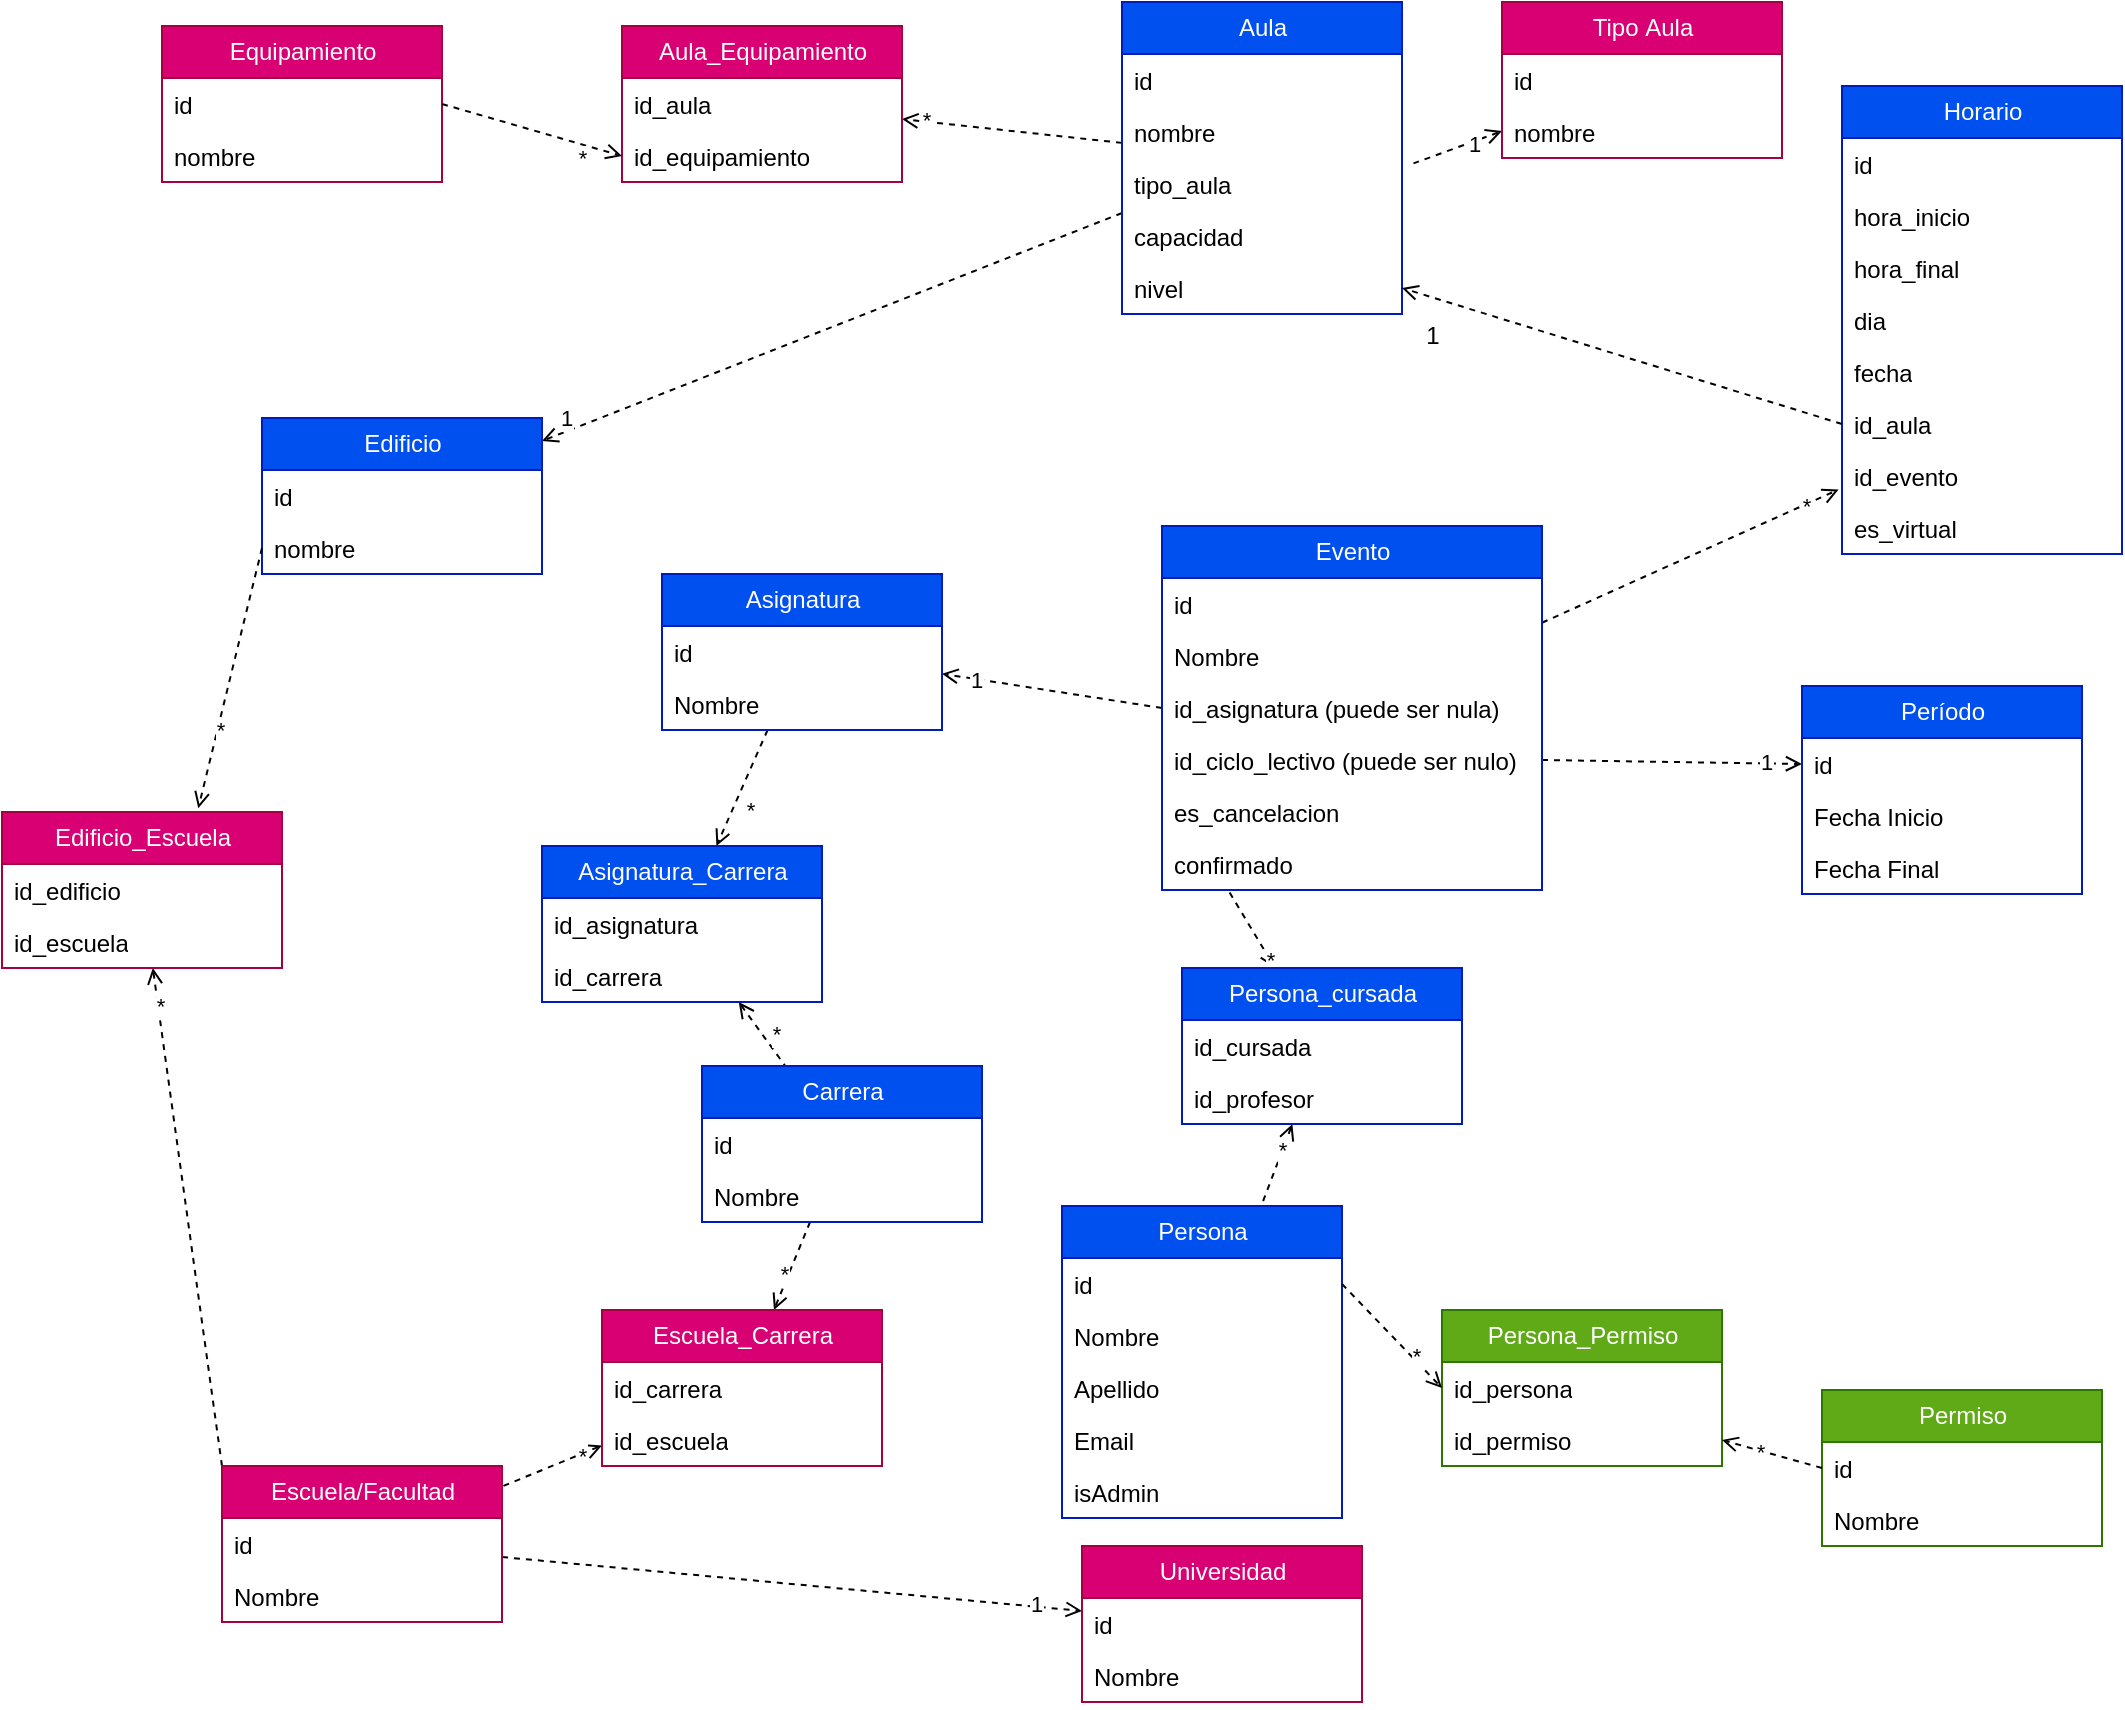
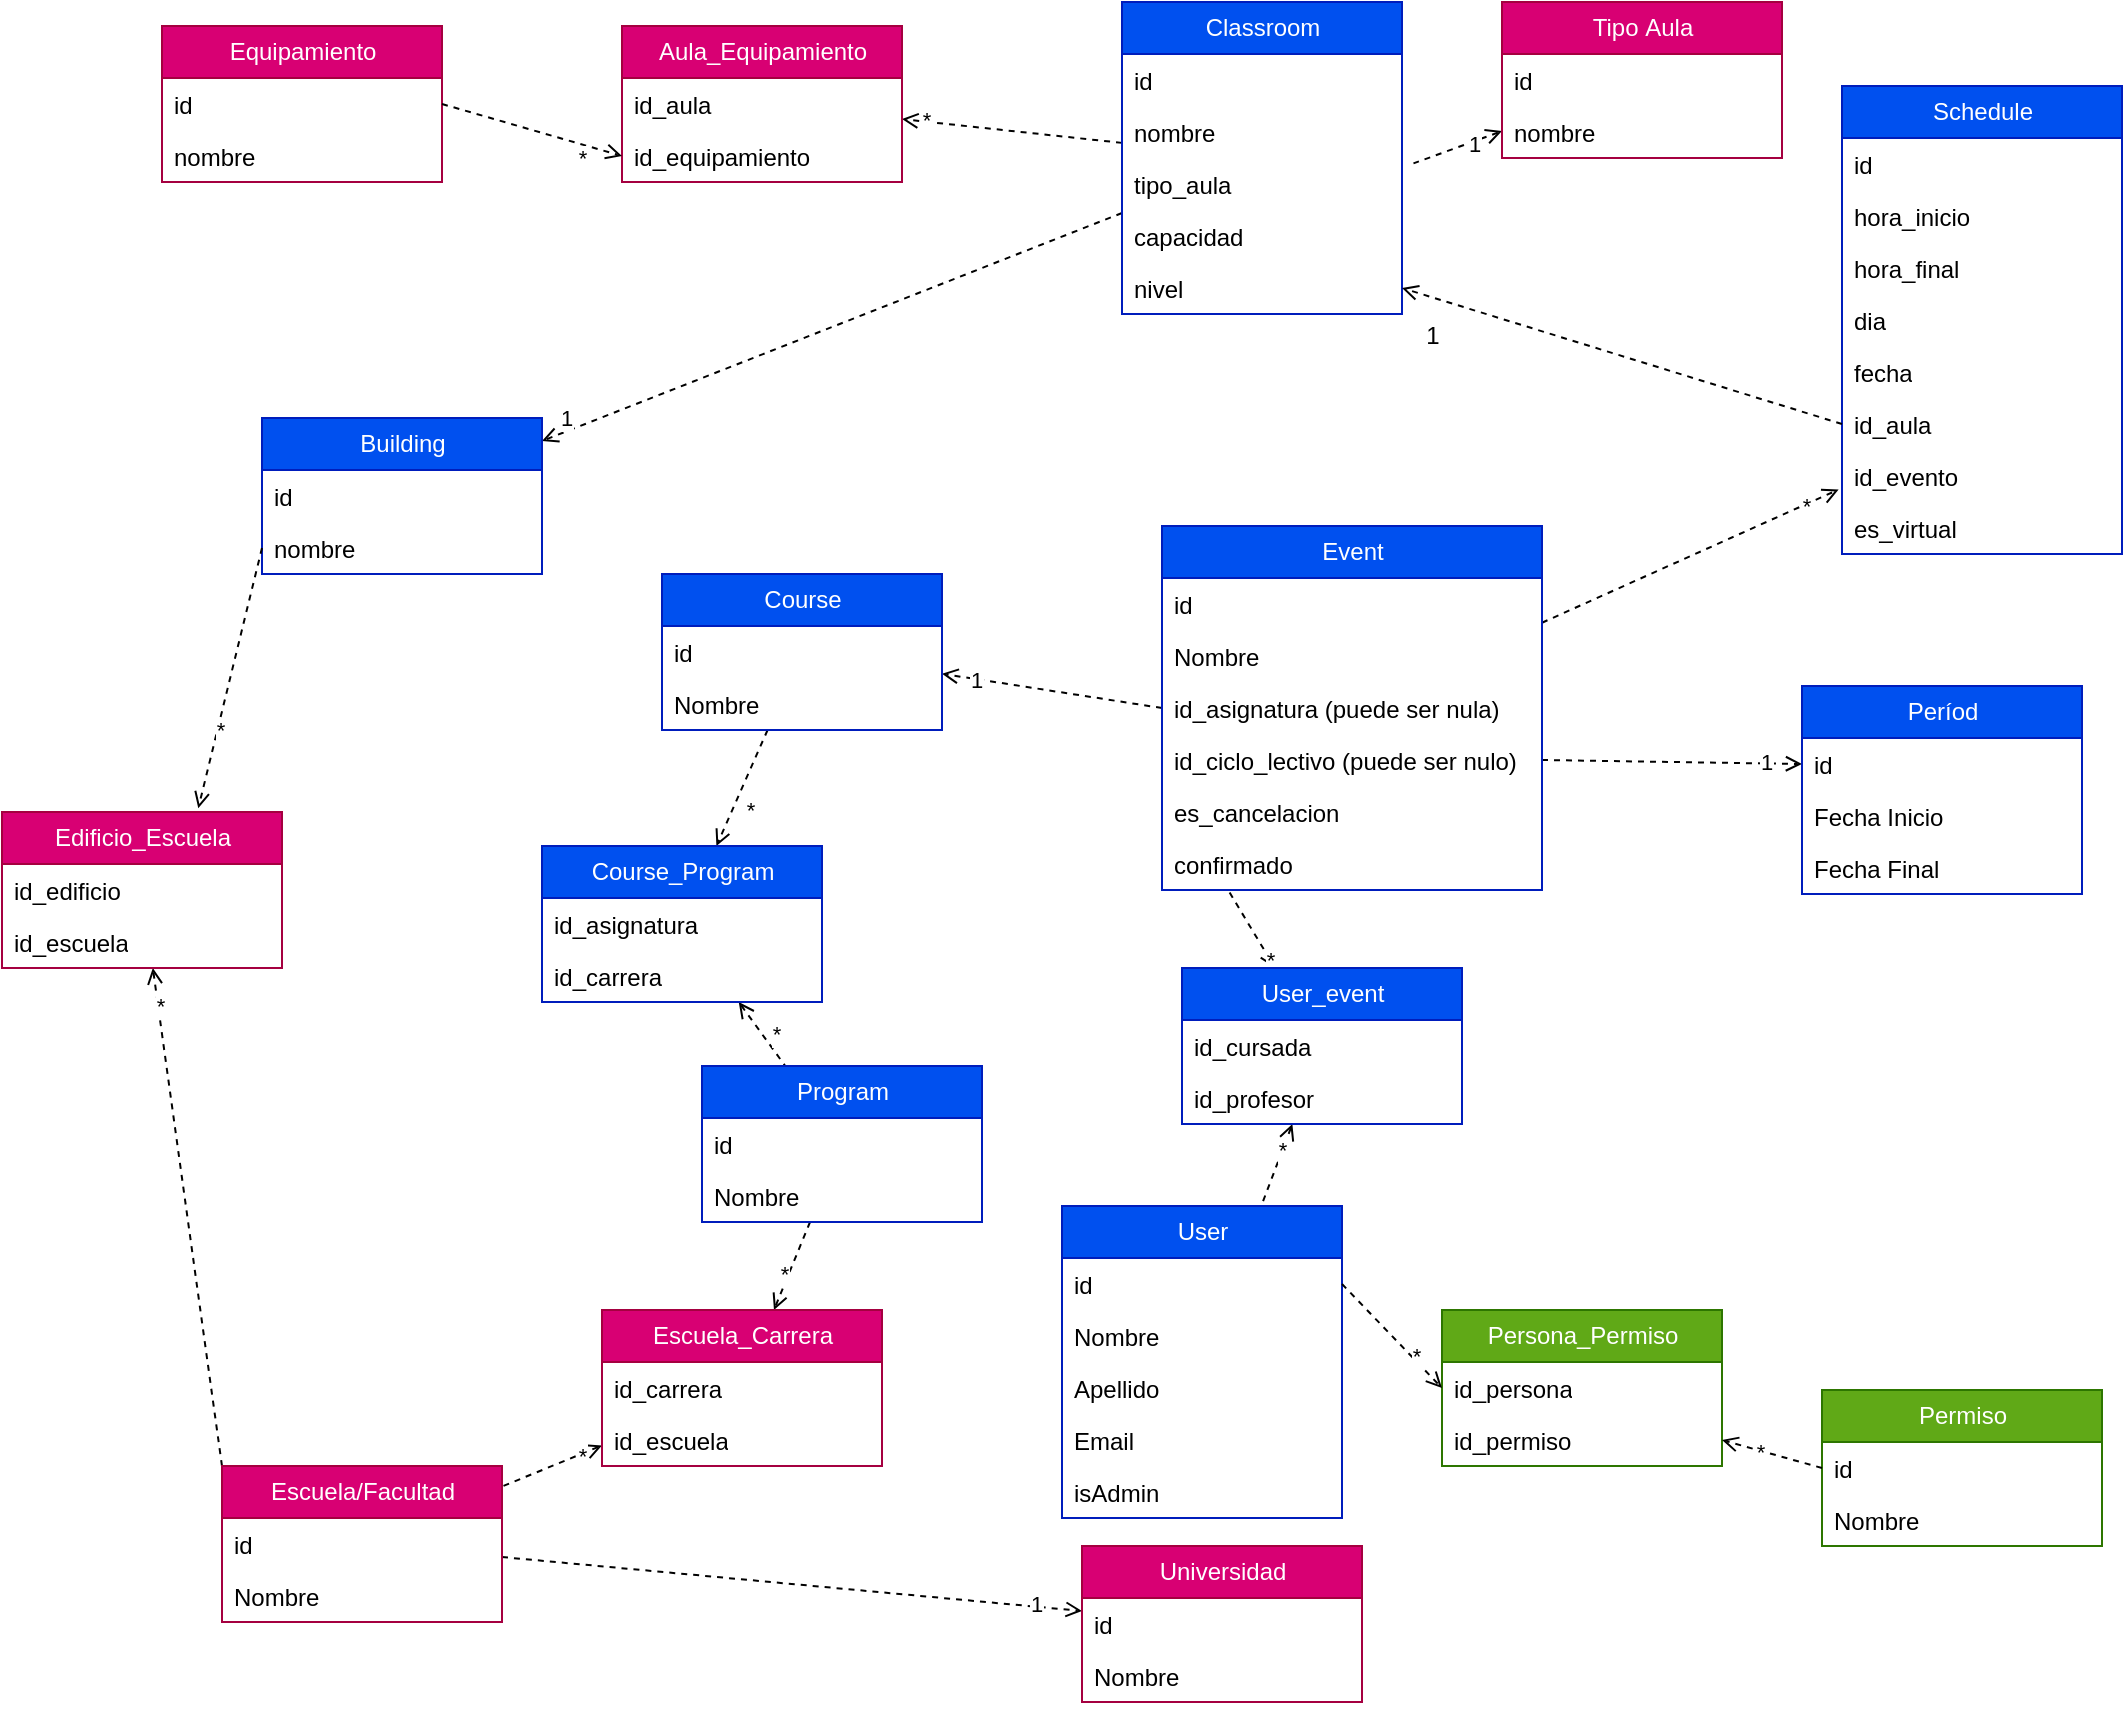
<mxfile host="65bd71144e">
    <diagram id="FC9ZTT8uPpO0bs4Ok23c" name="Page-1">
-         <mxGraphModel dx="2447" dy="1003" grid="1" gridSize="10" guides="1" tooltips="1" connect="1" arrows="1" fold="1" page="1" pageScale="1" pageWidth="850" pageHeight="1100" math="0" shadow="0">
+         <mxGraphModel dx="2005" dy="649" grid="1" gridSize="10" guides="1" tooltips="1" connect="1" arrows="1" fold="1" page="1" pageScale="1" pageWidth="850" pageHeight="1100" math="0" shadow="0">
            <root>
                <mxCell id="0"/>
                <mxCell id="1" parent="0"/>
                <mxCell id="9" value="" style="edgeStyle=none;html=1;dashed=1;endArrow=none;endFill=0;startArrow=open;startFill=0;entryX=1.041;entryY=0.104;entryDx=0;entryDy=0;entryPerimeter=0;" parent="1" source="2" target="17" edge="1">
                    <mxGeometry relative="1" as="geometry">
                        <mxPoint x="310" y="119" as="targetPoint"/>
                    </mxGeometry>
                </mxCell>
                <mxCell id="162" value="1" style="edgeLabel;html=1;align=center;verticalAlign=middle;resizable=0;points=[];" parent="9" vertex="1" connectable="0">
                    <mxGeometry x="-0.3308" y="1" relative="1" as="geometry">
                        <mxPoint as="offset"/>
                    </mxGeometry>
                </mxCell>
                <mxCell id="2" value="Tipo&amp;nbsp;Aula" style="swimlane;fontStyle=0;childLayout=stackLayout;horizontal=1;startSize=26;fillColor=#d80073;horizontalStack=0;resizeParent=1;resizeParentMax=0;resizeLast=0;collapsible=1;marginBottom=0;html=1;fontColor=#ffffff;strokeColor=#A50040;" parent="1" vertex="1">
                    <mxGeometry x="500" y="28" width="140" height="78" as="geometry"/>
                </mxCell>
                <mxCell id="4" value="id" style="text;strokeColor=none;fillColor=none;align=left;verticalAlign=top;spacingLeft=4;spacingRight=4;overflow=hidden;rotatable=0;points=[[0,0.5],[1,0.5]];portConstraint=eastwest;whiteSpace=wrap;html=1;" parent="2" vertex="1">
                    <mxGeometry y="26" width="140" height="26" as="geometry"/>
                </mxCell>
                <mxCell id="5" value="nombre" style="text;strokeColor=none;fillColor=none;align=left;verticalAlign=top;spacingLeft=4;spacingRight=4;overflow=hidden;rotatable=0;points=[[0,0.5],[1,0.5]];portConstraint=eastwest;whiteSpace=wrap;html=1;" parent="2" vertex="1">
                    <mxGeometry y="52" width="140" height="26" as="geometry"/>
                </mxCell>
                <mxCell id="30" value="" style="edgeStyle=none;html=1;dashed=1;startArrow=none;startFill=0;endArrow=open;endFill=0;exitX=0;exitY=0.5;exitDx=0;exitDy=0;" parent="1" source="82" target="25" edge="1">
                    <mxGeometry relative="1" as="geometry">
                        <mxPoint x="440" y="397.2812500000002" as="sourcePoint"/>
                    </mxGeometry>
                </mxCell>
                <mxCell id="164" value="1" style="edgeLabel;html=1;align=center;verticalAlign=middle;resizable=0;points=[];" parent="30" vertex="1" connectable="0">
                    <mxGeometry x="0.6998" relative="1" as="geometry">
                        <mxPoint as="offset"/>
                    </mxGeometry>
                </mxCell>
                <mxCell id="36" value="" style="edgeStyle=none;html=1;dashed=1;startArrow=none;startFill=0;endArrow=open;endFill=0;entryX=0;entryY=0.5;entryDx=0;entryDy=0;exitX=1;exitY=0.5;exitDx=0;exitDy=0;" parent="1" source="83" target="32" edge="1">
                    <mxGeometry relative="1" as="geometry">
                        <mxPoint x="580" y="422" as="sourcePoint"/>
                    </mxGeometry>
                </mxCell>
                <mxCell id="149" value="1" style="edgeLabel;html=1;align=center;verticalAlign=middle;resizable=0;points=[];" parent="36" vertex="1" connectable="0">
                    <mxGeometry x="0.7212" y="1" relative="1" as="geometry">
                        <mxPoint as="offset"/>
                    </mxGeometry>
                </mxCell>
                <mxCell id="69" value="" style="edgeStyle=none;html=1;dashed=1;startArrow=none;startFill=0;endArrow=open;endFill=0;exitX=0.178;exitY=1.049;exitDx=0;exitDy=0;exitPerimeter=0;" parent="1" source="172" target="65" edge="1">
                    <mxGeometry relative="1" as="geometry">
                        <mxPoint x="440" y="459.47058823529414" as="sourcePoint"/>
                    </mxGeometry>
                </mxCell>
                <mxCell id="163" value="*" style="edgeLabel;html=1;align=center;verticalAlign=middle;resizable=0;points=[];" parent="69" vertex="1" connectable="0">
                    <mxGeometry x="0.8002" relative="1" as="geometry">
                        <mxPoint as="offset"/>
                    </mxGeometry>
                </mxCell>
                <mxCell id="108" value="" style="edgeStyle=none;html=1;dashed=1;startArrow=none;startFill=0;endArrow=open;endFill=0;" parent="1" source="14" target="103" edge="1">
                    <mxGeometry relative="1" as="geometry"/>
                </mxCell>
                <mxCell id="139" value="1" style="edgeLabel;html=1;align=center;verticalAlign=middle;resizable=0;points=[];" parent="108" vertex="1" connectable="0">
                    <mxGeometry x="0.923" y="1" relative="1" as="geometry">
                        <mxPoint y="-8" as="offset"/>
                    </mxGeometry>
                </mxCell>
                <mxCell id="129" value="" style="edgeStyle=none;html=1;dashed=1;startArrow=none;startFill=0;endArrow=open;endFill=0;" parent="1" source="14" target="124" edge="1">
                    <mxGeometry relative="1" as="geometry"/>
                </mxCell>
                <mxCell id="138" value="*" style="edgeLabel;html=1;align=center;verticalAlign=middle;resizable=0;points=[];" parent="129" vertex="1" connectable="0">
                    <mxGeometry x="0.7859" y="-1" relative="1" as="geometry">
                        <mxPoint as="offset"/>
                    </mxGeometry>
                </mxCell>
-                 <mxCell id="14" value="Aula" style="swimlane;fontStyle=0;childLayout=stackLayout;horizontal=1;startSize=26;fillColor=#0050ef;horizontalStack=0;resizeParent=1;resizeParentMax=0;resizeLast=0;collapsible=1;marginBottom=0;html=1;fontColor=#ffffff;strokeColor=#001DBC;" parent="1" vertex="1">
+                 <mxCell id="14" value="Classroom" style="swimlane;fontStyle=0;childLayout=stackLayout;horizontal=1;startSize=26;fillColor=#0050ef;horizontalStack=0;resizeParent=1;resizeParentMax=0;resizeLast=0;collapsible=1;marginBottom=0;html=1;fontColor=#ffffff;strokeColor=#001DBC;" parent="1" vertex="1">
                    <mxGeometry x="310" y="28" width="140" height="156" as="geometry">
                        <mxRectangle x="350" y="340" width="60" height="30" as="alternateBounds"/>
                    </mxGeometry>
                </mxCell>
                <mxCell id="15" value="id" style="text;strokeColor=none;fillColor=none;align=left;verticalAlign=top;spacingLeft=4;spacingRight=4;overflow=hidden;rotatable=0;points=[[0,0.5],[1,0.5]];portConstraint=eastwest;whiteSpace=wrap;html=1;" parent="14" vertex="1">
                    <mxGeometry y="26" width="140" height="26" as="geometry"/>
                </mxCell>
                <mxCell id="16" value="nombre" style="text;strokeColor=none;fillColor=none;align=left;verticalAlign=top;spacingLeft=4;spacingRight=4;overflow=hidden;rotatable=0;points=[[0,0.5],[1,0.5]];portConstraint=eastwest;whiteSpace=wrap;html=1;" parent="14" vertex="1">
                    <mxGeometry y="52" width="140" height="26" as="geometry"/>
                </mxCell>
                <mxCell id="17" value="tipo_aula&lt;br&gt;&lt;br&gt;" style="text;strokeColor=none;fillColor=none;align=left;verticalAlign=top;spacingLeft=4;spacingRight=4;overflow=hidden;rotatable=0;points=[[0,0.5],[1,0.5]];portConstraint=eastwest;whiteSpace=wrap;html=1;" parent="14" vertex="1">
                    <mxGeometry y="78" width="140" height="26" as="geometry"/>
                </mxCell>
                <mxCell id="19" value="capacidad" style="text;strokeColor=none;fillColor=none;align=left;verticalAlign=top;spacingLeft=4;spacingRight=4;overflow=hidden;rotatable=0;points=[[0,0.5],[1,0.5]];portConstraint=eastwest;whiteSpace=wrap;html=1;" parent="14" vertex="1">
                    <mxGeometry y="104" width="140" height="26" as="geometry"/>
                </mxCell>
                <mxCell id="136" value="nivel" style="text;strokeColor=none;fillColor=none;align=left;verticalAlign=top;spacingLeft=4;spacingRight=4;overflow=hidden;rotatable=0;points=[[0,0.5],[1,0.5]];portConstraint=eastwest;whiteSpace=wrap;html=1;" parent="14" vertex="1">
                    <mxGeometry y="130" width="140" height="26" as="geometry"/>
                </mxCell>
                <mxCell id="60" value="" style="edgeStyle=none;html=1;dashed=1;startArrow=none;startFill=0;endArrow=open;endFill=0;" parent="1" source="25" target="57" edge="1">
                    <mxGeometry relative="1" as="geometry"/>
                </mxCell>
                <mxCell id="166" value="*" style="edgeLabel;html=1;align=center;verticalAlign=middle;resizable=0;points=[];" parent="60" vertex="1" connectable="0">
                    <mxGeometry x="0.5203" y="1" relative="1" as="geometry">
                        <mxPoint x="9" y="-5" as="offset"/>
                    </mxGeometry>
                </mxCell>
-                 <mxCell id="25" value="Asignatura" style="swimlane;fontStyle=0;childLayout=stackLayout;horizontal=1;startSize=26;fillColor=#0050ef;horizontalStack=0;resizeParent=1;resizeParentMax=0;resizeLast=0;collapsible=1;marginBottom=0;html=1;fontColor=#ffffff;strokeColor=#001DBC;" parent="1" vertex="1">
+                 <mxCell id="25" value="Course" style="swimlane;fontStyle=0;childLayout=stackLayout;horizontal=1;startSize=26;fillColor=#0050ef;horizontalStack=0;resizeParent=1;resizeParentMax=0;resizeLast=0;collapsible=1;marginBottom=0;html=1;fontColor=#ffffff;strokeColor=#001DBC;" parent="1" vertex="1">
                    <mxGeometry x="80" y="314" width="140" height="78" as="geometry"/>
                </mxCell>
                <mxCell id="26" value="id" style="text;strokeColor=none;fillColor=none;align=left;verticalAlign=top;spacingLeft=4;spacingRight=4;overflow=hidden;rotatable=0;points=[[0,0.5],[1,0.5]];portConstraint=eastwest;whiteSpace=wrap;html=1;" parent="25" vertex="1">
                    <mxGeometry y="26" width="140" height="26" as="geometry"/>
                </mxCell>
                <mxCell id="27" value="Nombre" style="text;strokeColor=none;fillColor=none;align=left;verticalAlign=top;spacingLeft=4;spacingRight=4;overflow=hidden;rotatable=0;points=[[0,0.5],[1,0.5]];portConstraint=eastwest;whiteSpace=wrap;html=1;" parent="25" vertex="1">
                    <mxGeometry y="52" width="140" height="26" as="geometry"/>
                </mxCell>
-                 <mxCell id="31" value="Período" style="swimlane;fontStyle=0;childLayout=stackLayout;horizontal=1;startSize=26;fillColor=#0050ef;horizontalStack=0;resizeParent=1;resizeParentMax=0;resizeLast=0;collapsible=1;marginBottom=0;html=1;fontColor=#ffffff;strokeColor=#001DBC;" parent="1" vertex="1">
+                 <mxCell id="31" value="Períod" style="swimlane;fontStyle=0;childLayout=stackLayout;horizontal=1;startSize=26;fillColor=#0050ef;horizontalStack=0;resizeParent=1;resizeParentMax=0;resizeLast=0;collapsible=1;marginBottom=0;html=1;fontColor=#ffffff;strokeColor=#001DBC;" parent="1" vertex="1">
                    <mxGeometry x="650" y="370" width="140" height="104" as="geometry"/>
                </mxCell>
                <mxCell id="32" value="id" style="text;strokeColor=none;fillColor=none;align=left;verticalAlign=top;spacingLeft=4;spacingRight=4;overflow=hidden;rotatable=0;points=[[0,0.5],[1,0.5]];portConstraint=eastwest;whiteSpace=wrap;html=1;" parent="31" vertex="1">
                    <mxGeometry y="26" width="140" height="26" as="geometry"/>
                </mxCell>
                <mxCell id="33" value="Fecha Inicio" style="text;strokeColor=none;fillColor=none;align=left;verticalAlign=top;spacingLeft=4;spacingRight=4;overflow=hidden;rotatable=0;points=[[0,0.5],[1,0.5]];portConstraint=eastwest;whiteSpace=wrap;html=1;" parent="31" vertex="1">
                    <mxGeometry y="52" width="140" height="26" as="geometry"/>
                </mxCell>
                <mxCell id="34" value="Fecha Final" style="text;strokeColor=none;fillColor=none;align=left;verticalAlign=top;spacingLeft=4;spacingRight=4;overflow=hidden;rotatable=0;points=[[0,0.5],[1,0.5]];portConstraint=eastwest;whiteSpace=wrap;html=1;" parent="31" vertex="1">
                    <mxGeometry y="78" width="140" height="26" as="geometry"/>
                </mxCell>
                <mxCell id="48" value="" style="edgeStyle=none;html=1;dashed=1;startArrow=none;startFill=0;endArrow=open;endFill=0;entryX=-0.012;entryY=0.761;entryDx=0;entryDy=0;entryPerimeter=0;" parent="1" source="37" target="171" edge="1">
                    <mxGeometry relative="1" as="geometry">
                        <mxPoint x="530" y="344.5999999999998" as="targetPoint"/>
                    </mxGeometry>
                </mxCell>
                <mxCell id="150" value="*" style="edgeLabel;html=1;align=center;verticalAlign=middle;resizable=0;points=[];" parent="48" vertex="1" connectable="0">
                    <mxGeometry x="0.77" relative="1" as="geometry">
                        <mxPoint as="offset"/>
                    </mxGeometry>
                </mxCell>
-                 <mxCell id="37" value="Evento" style="swimlane;fontStyle=0;childLayout=stackLayout;horizontal=1;startSize=26;fillColor=#0050ef;horizontalStack=0;resizeParent=1;resizeParentMax=0;resizeLast=0;collapsible=1;marginBottom=0;html=1;fontColor=#ffffff;strokeColor=#001DBC;" parent="1" vertex="1">
+                 <mxCell id="37" value="Event" style="swimlane;fontStyle=0;childLayout=stackLayout;horizontal=1;startSize=26;fillColor=#0050ef;horizontalStack=0;resizeParent=1;resizeParentMax=0;resizeLast=0;collapsible=1;marginBottom=0;html=1;fontColor=#ffffff;strokeColor=#001DBC;" parent="1" vertex="1">
                    <mxGeometry x="330" y="290" width="190" height="182" as="geometry"/>
                </mxCell>
                <mxCell id="38" value="id" style="text;strokeColor=none;fillColor=none;align=left;verticalAlign=top;spacingLeft=4;spacingRight=4;overflow=hidden;rotatable=0;points=[[0,0.5],[1,0.5]];portConstraint=eastwest;whiteSpace=wrap;html=1;" parent="37" vertex="1">
                    <mxGeometry y="26" width="190" height="26" as="geometry"/>
                </mxCell>
                <mxCell id="41" value="Nombre" style="text;strokeColor=none;fillColor=none;align=left;verticalAlign=top;spacingLeft=4;spacingRight=4;overflow=hidden;rotatable=0;points=[[0,0.5],[1,0.5]];portConstraint=eastwest;whiteSpace=wrap;html=1;" parent="37" vertex="1">
                    <mxGeometry y="52" width="190" height="26" as="geometry"/>
                </mxCell>
                <mxCell id="82" value="id_asignatura (puede ser nula)" style="text;strokeColor=none;fillColor=none;align=left;verticalAlign=top;spacingLeft=4;spacingRight=4;overflow=hidden;rotatable=0;points=[[0,0.5],[1,0.5]];portConstraint=eastwest;whiteSpace=wrap;html=1;" parent="37" vertex="1">
                    <mxGeometry y="78" width="190" height="26" as="geometry"/>
                </mxCell>
                <mxCell id="83" value="id_ciclo_lectivo (puede ser nulo)" style="text;strokeColor=none;fillColor=none;align=left;verticalAlign=top;spacingLeft=4;spacingRight=4;overflow=hidden;rotatable=0;points=[[0,0.5],[1,0.5]];portConstraint=eastwest;whiteSpace=wrap;html=1;" parent="37" vertex="1">
                    <mxGeometry y="104" width="190" height="26" as="geometry"/>
                </mxCell>
                <mxCell id="98" value="es_cancelacion" style="text;strokeColor=none;fillColor=none;align=left;verticalAlign=top;spacingLeft=4;spacingRight=4;overflow=hidden;rotatable=0;points=[[0,0.5],[1,0.5]];portConstraint=eastwest;whiteSpace=wrap;html=1;" parent="37" vertex="1">
                    <mxGeometry y="130" width="190" height="26" as="geometry"/>
                </mxCell>
                <mxCell id="172" value="confirmado" style="text;strokeColor=none;fillColor=none;align=left;verticalAlign=top;spacingLeft=4;spacingRight=4;overflow=hidden;rotatable=0;points=[[0,0.5],[1,0.5]];portConstraint=eastwest;whiteSpace=wrap;html=1;" parent="37" vertex="1">
                    <mxGeometry y="156" width="190" height="26" as="geometry"/>
                </mxCell>
-                 <mxCell id="49" value="Horario" style="swimlane;fontStyle=0;childLayout=stackLayout;horizontal=1;startSize=26;fillColor=#0050ef;horizontalStack=0;resizeParent=1;resizeParentMax=0;resizeLast=0;collapsible=1;marginBottom=0;html=1;fontColor=#ffffff;strokeColor=#001DBC;" parent="1" vertex="1">
+                 <mxCell id="49" value="Schedule" style="swimlane;fontStyle=0;childLayout=stackLayout;horizontal=1;startSize=26;fillColor=#0050ef;horizontalStack=0;resizeParent=1;resizeParentMax=0;resizeLast=0;collapsible=1;marginBottom=0;html=1;fontColor=#ffffff;strokeColor=#001DBC;" parent="1" vertex="1">
                    <mxGeometry x="670" y="70" width="140" height="234" as="geometry"/>
                </mxCell>
                <mxCell id="50" value="id" style="text;strokeColor=none;fillColor=none;align=left;verticalAlign=top;spacingLeft=4;spacingRight=4;overflow=hidden;rotatable=0;points=[[0,0.5],[1,0.5]];portConstraint=eastwest;whiteSpace=wrap;html=1;" parent="49" vertex="1">
                    <mxGeometry y="26" width="140" height="26" as="geometry"/>
                </mxCell>
                <mxCell id="51" value="hora_inicio" style="text;strokeColor=none;fillColor=none;align=left;verticalAlign=top;spacingLeft=4;spacingRight=4;overflow=hidden;rotatable=0;points=[[0,0.5],[1,0.5]];portConstraint=eastwest;whiteSpace=wrap;html=1;" parent="49" vertex="1">
                    <mxGeometry y="52" width="140" height="26" as="geometry"/>
                </mxCell>
                <mxCell id="53" value="hora_final" style="text;strokeColor=none;fillColor=none;align=left;verticalAlign=top;spacingLeft=4;spacingRight=4;overflow=hidden;rotatable=0;points=[[0,0.5],[1,0.5]];portConstraint=eastwest;whiteSpace=wrap;html=1;" parent="49" vertex="1">
                    <mxGeometry y="78" width="140" height="26" as="geometry"/>
                </mxCell>
                <mxCell id="54" value="dia" style="text;strokeColor=none;fillColor=none;align=left;verticalAlign=top;spacingLeft=4;spacingRight=4;overflow=hidden;rotatable=0;points=[[0,0.5],[1,0.5]];portConstraint=eastwest;whiteSpace=wrap;html=1;" parent="49" vertex="1">
                    <mxGeometry y="104" width="140" height="26" as="geometry"/>
                </mxCell>
                <mxCell id="167" value="fecha" style="text;strokeColor=none;fillColor=none;align=left;verticalAlign=top;spacingLeft=4;spacingRight=4;overflow=hidden;rotatable=0;points=[[0,0.5],[1,0.5]];portConstraint=eastwest;whiteSpace=wrap;html=1;" parent="49" vertex="1">
                    <mxGeometry y="130" width="140" height="26" as="geometry"/>
                </mxCell>
                <mxCell id="168" value="id_aula" style="text;strokeColor=none;fillColor=none;align=left;verticalAlign=top;spacingLeft=4;spacingRight=4;overflow=hidden;rotatable=0;points=[[0,0.5],[1,0.5]];portConstraint=eastwest;whiteSpace=wrap;html=1;" parent="49" vertex="1">
                    <mxGeometry y="156" width="140" height="26" as="geometry"/>
                </mxCell>
                <mxCell id="171" value="id_evento" style="text;strokeColor=none;fillColor=none;align=left;verticalAlign=top;spacingLeft=4;spacingRight=4;overflow=hidden;rotatable=0;points=[[0,0.5],[1,0.5]];portConstraint=eastwest;whiteSpace=wrap;html=1;" parent="49" vertex="1">
                    <mxGeometry y="182" width="140" height="26" as="geometry"/>
                </mxCell>
                <mxCell id="173" value="es_virtual" style="text;strokeColor=none;fillColor=none;align=left;verticalAlign=top;spacingLeft=4;spacingRight=4;overflow=hidden;rotatable=0;points=[[0,0.5],[1,0.5]];portConstraint=eastwest;whiteSpace=wrap;html=1;" parent="49" vertex="1">
                    <mxGeometry y="208" width="140" height="26" as="geometry"/>
                </mxCell>
                <mxCell id="64" value="" style="edgeStyle=none;html=1;dashed=1;startArrow=open;startFill=0;endArrow=none;endFill=0;" parent="1" source="57" target="61" edge="1">
                    <mxGeometry relative="1" as="geometry"/>
                </mxCell>
                <mxCell id="165" value="*" style="edgeLabel;html=1;align=center;verticalAlign=middle;resizable=0;points=[];" parent="64" vertex="1" connectable="0">
                    <mxGeometry x="-0.3441" relative="1" as="geometry">
                        <mxPoint x="11" y="5" as="offset"/>
                    </mxGeometry>
                </mxCell>
-                 <mxCell id="57" value="Asignatura_Carrera" style="swimlane;fontStyle=0;childLayout=stackLayout;horizontal=1;startSize=26;fillColor=#0050ef;horizontalStack=0;resizeParent=1;resizeParentMax=0;resizeLast=0;collapsible=1;marginBottom=0;html=1;fontColor=#ffffff;strokeColor=#001DBC;" parent="1" vertex="1">
+                 <mxCell id="57" value="Course_Program" style="swimlane;fontStyle=0;childLayout=stackLayout;horizontal=1;startSize=26;fillColor=#0050ef;horizontalStack=0;resizeParent=1;resizeParentMax=0;resizeLast=0;collapsible=1;marginBottom=0;html=1;fontColor=#ffffff;strokeColor=#001DBC;" parent="1" vertex="1">
                    <mxGeometry x="20" y="450" width="140" height="78" as="geometry"/>
                </mxCell>
                <mxCell id="58" value="id_asignatura" style="text;strokeColor=none;fillColor=none;align=left;verticalAlign=top;spacingLeft=4;spacingRight=4;overflow=hidden;rotatable=0;points=[[0,0.5],[1,0.5]];portConstraint=eastwest;whiteSpace=wrap;html=1;" parent="57" vertex="1">
                    <mxGeometry y="26" width="140" height="26" as="geometry"/>
                </mxCell>
                <mxCell id="59" value="id_carrera" style="text;strokeColor=none;fillColor=none;align=left;verticalAlign=top;spacingLeft=4;spacingRight=4;overflow=hidden;rotatable=0;points=[[0,0.5],[1,0.5]];portConstraint=eastwest;whiteSpace=wrap;html=1;" parent="57" vertex="1">
                    <mxGeometry y="52" width="140" height="26" as="geometry"/>
                </mxCell>
                <mxCell id="93" value="" style="edgeStyle=none;html=1;dashed=1;startArrow=none;startFill=0;endArrow=open;endFill=0;" parent="1" source="61" target="90" edge="1">
                    <mxGeometry relative="1" as="geometry"/>
                </mxCell>
                <mxCell id="143" value="*" style="edgeLabel;html=1;align=center;verticalAlign=middle;resizable=0;points=[];" parent="93" vertex="1" connectable="0">
                    <mxGeometry x="0.2302" y="-2" relative="1" as="geometry">
                        <mxPoint as="offset"/>
                    </mxGeometry>
                </mxCell>
-                 <mxCell id="61" value="Carrera" style="swimlane;fontStyle=0;childLayout=stackLayout;horizontal=1;startSize=26;fillColor=#0050ef;horizontalStack=0;resizeParent=1;resizeParentMax=0;resizeLast=0;collapsible=1;marginBottom=0;html=1;fontColor=#ffffff;strokeColor=#001DBC;" parent="1" vertex="1">
+                 <mxCell id="61" value="Program" style="swimlane;fontStyle=0;childLayout=stackLayout;horizontal=1;startSize=26;fillColor=#0050ef;horizontalStack=0;resizeParent=1;resizeParentMax=0;resizeLast=0;collapsible=1;marginBottom=0;html=1;fontColor=#ffffff;strokeColor=#001DBC;" parent="1" vertex="1">
                    <mxGeometry x="100" y="560" width="140" height="78" as="geometry"/>
                </mxCell>
                <mxCell id="62" value="id" style="text;strokeColor=none;fillColor=none;align=left;verticalAlign=top;spacingLeft=4;spacingRight=4;overflow=hidden;rotatable=0;points=[[0,0.5],[1,0.5]];portConstraint=eastwest;whiteSpace=wrap;html=1;" parent="61" vertex="1">
                    <mxGeometry y="26" width="140" height="26" as="geometry"/>
                </mxCell>
                <mxCell id="63" value="Nombre" style="text;strokeColor=none;fillColor=none;align=left;verticalAlign=top;spacingLeft=4;spacingRight=4;overflow=hidden;rotatable=0;points=[[0,0.5],[1,0.5]];portConstraint=eastwest;whiteSpace=wrap;html=1;" parent="61" vertex="1">
                    <mxGeometry y="52" width="140" height="26" as="geometry"/>
                </mxCell>
                <mxCell id="73" value="" style="edgeStyle=none;html=1;dashed=1;startArrow=open;startFill=0;endArrow=none;endFill=0;" parent="1" source="65" target="70" edge="1">
                    <mxGeometry relative="1" as="geometry"/>
                </mxCell>
                <mxCell id="147" value="*" style="edgeLabel;html=1;align=center;verticalAlign=middle;resizable=0;points=[];" parent="73" vertex="1" connectable="0">
                    <mxGeometry x="-0.371" relative="1" as="geometry">
                        <mxPoint as="offset"/>
                    </mxGeometry>
                </mxCell>
-                 <mxCell id="65" value="Persona_cursada" style="swimlane;fontStyle=0;childLayout=stackLayout;horizontal=1;startSize=26;fillColor=#0050ef;horizontalStack=0;resizeParent=1;resizeParentMax=0;resizeLast=0;collapsible=1;marginBottom=0;html=1;fontColor=#ffffff;strokeColor=#001DBC;" parent="1" vertex="1">
+                 <mxCell id="65" value="User_event" style="swimlane;fontStyle=0;childLayout=stackLayout;horizontal=1;startSize=26;fillColor=#0050ef;horizontalStack=0;resizeParent=1;resizeParentMax=0;resizeLast=0;collapsible=1;marginBottom=0;html=1;fontColor=#ffffff;strokeColor=#001DBC;" parent="1" vertex="1">
                    <mxGeometry x="340" y="511" width="140" height="78" as="geometry">
                        <mxRectangle x="540" y="320" width="90" height="30" as="alternateBounds"/>
                    </mxGeometry>
                </mxCell>
                <mxCell id="66" value="id_cursada" style="text;strokeColor=none;fillColor=none;align=left;verticalAlign=top;spacingLeft=4;spacingRight=4;overflow=hidden;rotatable=0;points=[[0,0.5],[1,0.5]];portConstraint=eastwest;whiteSpace=wrap;html=1;" parent="65" vertex="1">
                    <mxGeometry y="26" width="140" height="26" as="geometry"/>
                </mxCell>
                <mxCell id="67" value="id_profesor" style="text;strokeColor=none;fillColor=none;align=left;verticalAlign=top;spacingLeft=4;spacingRight=4;overflow=hidden;rotatable=0;points=[[0,0.5],[1,0.5]];portConstraint=eastwest;whiteSpace=wrap;html=1;" parent="65" vertex="1">
                    <mxGeometry y="52" width="140" height="26" as="geometry"/>
                </mxCell>
-                 <mxCell id="70" value="Persona" style="swimlane;fontStyle=0;childLayout=stackLayout;horizontal=1;startSize=26;fillColor=#0050ef;horizontalStack=0;resizeParent=1;resizeParentMax=0;resizeLast=0;collapsible=1;marginBottom=0;html=1;fontColor=#ffffff;strokeColor=#001DBC;" parent="1" vertex="1">
+                 <mxCell id="70" value="User" style="swimlane;fontStyle=0;childLayout=stackLayout;horizontal=1;startSize=26;fillColor=#0050ef;horizontalStack=0;resizeParent=1;resizeParentMax=0;resizeLast=0;collapsible=1;marginBottom=0;html=1;fontColor=#ffffff;strokeColor=#001DBC;" parent="1" vertex="1">
                    <mxGeometry x="280" y="630" width="140" height="156" as="geometry">
                        <mxRectangle x="540" y="320" width="90" height="30" as="alternateBounds"/>
                    </mxGeometry>
                </mxCell>
                <mxCell id="71" value="id" style="text;strokeColor=none;fillColor=none;align=left;verticalAlign=top;spacingLeft=4;spacingRight=4;overflow=hidden;rotatable=0;points=[[0,0.5],[1,0.5]];portConstraint=eastwest;whiteSpace=wrap;html=1;" parent="70" vertex="1">
                    <mxGeometry y="26" width="140" height="26" as="geometry"/>
                </mxCell>
                <mxCell id="72" value="Nombre" style="text;strokeColor=none;fillColor=none;align=left;verticalAlign=top;spacingLeft=4;spacingRight=4;overflow=hidden;rotatable=0;points=[[0,0.5],[1,0.5]];portConstraint=eastwest;whiteSpace=wrap;html=1;" parent="70" vertex="1">
                    <mxGeometry y="52" width="140" height="26" as="geometry"/>
                </mxCell>
                <mxCell id="74" value="Apellido" style="text;strokeColor=none;fillColor=none;align=left;verticalAlign=top;spacingLeft=4;spacingRight=4;overflow=hidden;rotatable=0;points=[[0,0.5],[1,0.5]];portConstraint=eastwest;whiteSpace=wrap;html=1;" parent="70" vertex="1">
                    <mxGeometry y="78" width="140" height="26" as="geometry"/>
                </mxCell>
                <mxCell id="75" value="Email" style="text;strokeColor=none;fillColor=none;align=left;verticalAlign=top;spacingLeft=4;spacingRight=4;overflow=hidden;rotatable=0;points=[[0,0.5],[1,0.5]];portConstraint=eastwest;whiteSpace=wrap;html=1;" parent="70" vertex="1">
                    <mxGeometry y="104" width="140" height="26" as="geometry"/>
                </mxCell>
-                 <mxCell id="174" value="isAdmin" style="text;strokeColor=none;fillColor=none;align=left;verticalAlign=top;spacingLeft=4;spacingRight=4;overflow=hidden;rotatable=0;points=[[0,0.5],[1,0.5]];portConstraint=eastwest;whiteSpace=wrap;html=1;" vertex="1" parent="70">
+                 <mxCell id="174" value="isAdmin" style="text;strokeColor=none;fillColor=none;align=left;verticalAlign=top;spacingLeft=4;spacingRight=4;overflow=hidden;rotatable=0;points=[[0,0.5],[1,0.5]];portConstraint=eastwest;whiteSpace=wrap;html=1;" parent="70" vertex="1">
                    <mxGeometry y="130" width="140" height="26" as="geometry"/>
                </mxCell>
                <mxCell id="76" value="Persona_Permiso" style="swimlane;fontStyle=0;childLayout=stackLayout;horizontal=1;startSize=26;fillColor=#60a917;horizontalStack=0;resizeParent=1;resizeParentMax=0;resizeLast=0;collapsible=1;marginBottom=0;html=1;fontColor=#ffffff;strokeColor=#2D7600;" parent="1" vertex="1">
                    <mxGeometry x="470" y="682" width="140" height="78" as="geometry">
                        <mxRectangle x="540" y="320" width="90" height="30" as="alternateBounds"/>
                    </mxGeometry>
                </mxCell>
                <mxCell id="77" value="id_persona" style="text;strokeColor=none;fillColor=none;align=left;verticalAlign=top;spacingLeft=4;spacingRight=4;overflow=hidden;rotatable=0;points=[[0,0.5],[1,0.5]];portConstraint=eastwest;whiteSpace=wrap;html=1;" parent="76" vertex="1">
                    <mxGeometry y="26" width="140" height="26" as="geometry"/>
                </mxCell>
                <mxCell id="78" value="id_permiso" style="text;strokeColor=none;fillColor=none;align=left;verticalAlign=top;spacingLeft=4;spacingRight=4;overflow=hidden;rotatable=0;points=[[0,0.5],[1,0.5]];portConstraint=eastwest;whiteSpace=wrap;html=1;" parent="76" vertex="1">
                    <mxGeometry y="52" width="140" height="26" as="geometry"/>
                </mxCell>
                <mxCell id="84" value="Permiso" style="swimlane;fontStyle=0;childLayout=stackLayout;horizontal=1;startSize=26;fillColor=#60a917;horizontalStack=0;resizeParent=1;resizeParentMax=0;resizeLast=0;collapsible=1;marginBottom=0;html=1;fontColor=#ffffff;strokeColor=#2D7600;" parent="1" vertex="1">
                    <mxGeometry x="660" y="722" width="140" height="78" as="geometry">
                        <mxRectangle x="540" y="320" width="90" height="30" as="alternateBounds"/>
                    </mxGeometry>
                </mxCell>
                <mxCell id="85" value="id" style="text;strokeColor=none;fillColor=none;align=left;verticalAlign=top;spacingLeft=4;spacingRight=4;overflow=hidden;rotatable=0;points=[[0,0.5],[1,0.5]];portConstraint=eastwest;whiteSpace=wrap;html=1;" parent="84" vertex="1">
                    <mxGeometry y="26" width="140" height="26" as="geometry"/>
                </mxCell>
                <mxCell id="86" value="Nombre" style="text;strokeColor=none;fillColor=none;align=left;verticalAlign=top;spacingLeft=4;spacingRight=4;overflow=hidden;rotatable=0;points=[[0,0.5],[1,0.5]];portConstraint=eastwest;whiteSpace=wrap;html=1;" parent="84" vertex="1">
                    <mxGeometry y="52" width="140" height="26" as="geometry"/>
                </mxCell>
                <mxCell id="87" style="edgeStyle=none;html=1;exitX=1;exitY=0.5;exitDx=0;exitDy=0;entryX=0;entryY=0.5;entryDx=0;entryDy=0;dashed=1;startArrow=none;startFill=0;endArrow=open;endFill=0;" parent="1" source="71" target="77" edge="1">
                    <mxGeometry relative="1" as="geometry"/>
                </mxCell>
                <mxCell id="145" value="*" style="edgeLabel;html=1;align=center;verticalAlign=middle;resizable=0;points=[];" parent="87" vertex="1" connectable="0">
                    <mxGeometry x="0.4246" y="2" relative="1" as="geometry">
                        <mxPoint as="offset"/>
                    </mxGeometry>
                </mxCell>
                <mxCell id="88" style="edgeStyle=none;html=1;exitX=0;exitY=0.5;exitDx=0;exitDy=0;dashed=1;startArrow=none;startFill=0;endArrow=open;endFill=0;entryX=1;entryY=0.5;entryDx=0;entryDy=0;" parent="1" source="85" target="78" edge="1">
                    <mxGeometry relative="1" as="geometry">
                        <mxPoint x="620" y="665" as="targetPoint"/>
                    </mxGeometry>
                </mxCell>
                <mxCell id="146" value="*" style="edgeLabel;html=1;align=center;verticalAlign=middle;resizable=0;points=[];" parent="88" vertex="1" connectable="0">
                    <mxGeometry x="0.2381" relative="1" as="geometry">
                        <mxPoint as="offset"/>
                    </mxGeometry>
                </mxCell>
                <mxCell id="97" value="" style="edgeStyle=none;html=1;dashed=1;startArrow=open;startFill=0;endArrow=none;endFill=0;" parent="1" source="90" target="94" edge="1">
                    <mxGeometry relative="1" as="geometry"/>
                </mxCell>
                <mxCell id="142" value="*" style="edgeLabel;html=1;align=center;verticalAlign=middle;resizable=0;points=[];" parent="97" vertex="1" connectable="0">
                    <mxGeometry x="-0.5583" y="1" relative="1" as="geometry">
                        <mxPoint as="offset"/>
                    </mxGeometry>
                </mxCell>
                <mxCell id="90" value="Escuela_Carrera" style="swimlane;fontStyle=0;childLayout=stackLayout;horizontal=1;startSize=26;fillColor=#d80073;horizontalStack=0;resizeParent=1;resizeParentMax=0;resizeLast=0;collapsible=1;marginBottom=0;html=1;fontColor=#ffffff;strokeColor=#A50040;" parent="1" vertex="1">
                    <mxGeometry x="50" y="682" width="140" height="78" as="geometry"/>
                </mxCell>
                <mxCell id="91" value="id_carrera" style="text;strokeColor=none;fillColor=none;align=left;verticalAlign=top;spacingLeft=4;spacingRight=4;overflow=hidden;rotatable=0;points=[[0,0.5],[1,0.5]];portConstraint=eastwest;whiteSpace=wrap;html=1;" parent="90" vertex="1">
                    <mxGeometry y="26" width="140" height="26" as="geometry"/>
                </mxCell>
                <mxCell id="92" value="id_escuela" style="text;strokeColor=none;fillColor=none;align=left;verticalAlign=top;spacingLeft=4;spacingRight=4;overflow=hidden;rotatable=0;points=[[0,0.5],[1,0.5]];portConstraint=eastwest;whiteSpace=wrap;html=1;" parent="90" vertex="1">
                    <mxGeometry y="52" width="140" height="26" as="geometry"/>
                </mxCell>
                <mxCell id="102" value="" style="edgeStyle=none;html=1;dashed=1;startArrow=none;startFill=0;endArrow=open;endFill=0;" parent="1" source="94" target="99" edge="1">
                    <mxGeometry relative="1" as="geometry"/>
                </mxCell>
                <mxCell id="144" value="1" style="edgeLabel;html=1;align=center;verticalAlign=middle;resizable=0;points=[];" parent="102" vertex="1" connectable="0">
                    <mxGeometry x="0.8409" y="2" relative="1" as="geometry">
                        <mxPoint as="offset"/>
                    </mxGeometry>
                </mxCell>
                <mxCell id="113" value="" style="edgeStyle=none;html=1;dashed=1;startArrow=none;startFill=0;endArrow=open;endFill=0;exitX=0;exitY=0;exitDx=0;exitDy=0;" parent="1" source="94" target="110" edge="1">
                    <mxGeometry relative="1" as="geometry"/>
                </mxCell>
                <mxCell id="141" value="*" style="edgeLabel;html=1;align=center;verticalAlign=middle;resizable=0;points=[];" parent="113" vertex="1" connectable="0">
                    <mxGeometry x="0.8456" y="-1" relative="1" as="geometry">
                        <mxPoint as="offset"/>
                    </mxGeometry>
                </mxCell>
                <mxCell id="94" value="Escuela/Facultad" style="swimlane;fontStyle=0;childLayout=stackLayout;horizontal=1;startSize=26;fillColor=#d80073;horizontalStack=0;resizeParent=1;resizeParentMax=0;resizeLast=0;collapsible=1;marginBottom=0;html=1;fontColor=#ffffff;strokeColor=#A50040;" parent="1" vertex="1">
                    <mxGeometry x="-140" y="760" width="140" height="78" as="geometry"/>
                </mxCell>
                <mxCell id="95" value="id" style="text;strokeColor=none;fillColor=none;align=left;verticalAlign=top;spacingLeft=4;spacingRight=4;overflow=hidden;rotatable=0;points=[[0,0.5],[1,0.5]];portConstraint=eastwest;whiteSpace=wrap;html=1;" parent="94" vertex="1">
                    <mxGeometry y="26" width="140" height="26" as="geometry"/>
                </mxCell>
                <mxCell id="96" value="Nombre" style="text;strokeColor=none;fillColor=none;align=left;verticalAlign=top;spacingLeft=4;spacingRight=4;overflow=hidden;rotatable=0;points=[[0,0.5],[1,0.5]];portConstraint=eastwest;whiteSpace=wrap;html=1;" parent="94" vertex="1">
                    <mxGeometry y="52" width="140" height="26" as="geometry"/>
                </mxCell>
                <mxCell id="99" value="Universidad" style="swimlane;fontStyle=0;childLayout=stackLayout;horizontal=1;startSize=26;fillColor=#d80073;horizontalStack=0;resizeParent=1;resizeParentMax=0;resizeLast=0;collapsible=1;marginBottom=0;html=1;fontColor=#ffffff;strokeColor=#A50040;" parent="1" vertex="1">
                    <mxGeometry x="290" y="800" width="140" height="78" as="geometry"/>
                </mxCell>
                <mxCell id="100" value="id" style="text;strokeColor=none;fillColor=none;align=left;verticalAlign=top;spacingLeft=4;spacingRight=4;overflow=hidden;rotatable=0;points=[[0,0.5],[1,0.5]];portConstraint=eastwest;whiteSpace=wrap;html=1;" parent="99" vertex="1">
                    <mxGeometry y="26" width="140" height="26" as="geometry"/>
                </mxCell>
                <mxCell id="101" value="Nombre" style="text;strokeColor=none;fillColor=none;align=left;verticalAlign=top;spacingLeft=4;spacingRight=4;overflow=hidden;rotatable=0;points=[[0,0.5],[1,0.5]];portConstraint=eastwest;whiteSpace=wrap;html=1;" parent="99" vertex="1">
                    <mxGeometry y="52" width="140" height="26" as="geometry"/>
                </mxCell>
-                 <mxCell id="103" value="Edificio" style="swimlane;fontStyle=0;childLayout=stackLayout;horizontal=1;startSize=26;fillColor=#0050ef;horizontalStack=0;resizeParent=1;resizeParentMax=0;resizeLast=0;collapsible=1;marginBottom=0;html=1;fontColor=#ffffff;strokeColor=#001DBC;" parent="1" vertex="1">
+                 <mxCell id="103" value="Building" style="swimlane;fontStyle=0;childLayout=stackLayout;horizontal=1;startSize=26;fillColor=#0050ef;horizontalStack=0;resizeParent=1;resizeParentMax=0;resizeLast=0;collapsible=1;marginBottom=0;html=1;fontColor=#ffffff;strokeColor=#001DBC;" parent="1" vertex="1">
                    <mxGeometry x="-120" y="236" width="140" height="78" as="geometry">
                        <mxRectangle x="350" y="340" width="60" height="30" as="alternateBounds"/>
                    </mxGeometry>
                </mxCell>
                <mxCell id="104" value="id" style="text;strokeColor=none;fillColor=none;align=left;verticalAlign=top;spacingLeft=4;spacingRight=4;overflow=hidden;rotatable=0;points=[[0,0.5],[1,0.5]];portConstraint=eastwest;whiteSpace=wrap;html=1;" parent="103" vertex="1">
                    <mxGeometry y="26" width="140" height="26" as="geometry"/>
                </mxCell>
                <mxCell id="105" value="nombre" style="text;strokeColor=none;fillColor=none;align=left;verticalAlign=top;spacingLeft=4;spacingRight=4;overflow=hidden;rotatable=0;points=[[0,0.5],[1,0.5]];portConstraint=eastwest;whiteSpace=wrap;html=1;" parent="103" vertex="1">
                    <mxGeometry y="52" width="140" height="26" as="geometry"/>
                </mxCell>
                <mxCell id="110" value="Edificio_Escuela" style="swimlane;fontStyle=0;childLayout=stackLayout;horizontal=1;startSize=26;fillColor=#d80073;horizontalStack=0;resizeParent=1;resizeParentMax=0;resizeLast=0;collapsible=1;marginBottom=0;html=1;fontColor=#ffffff;strokeColor=#A50040;" parent="1" vertex="1">
                    <mxGeometry x="-250" y="433" width="140" height="78" as="geometry"/>
                </mxCell>
                <mxCell id="111" value="id_edificio" style="text;strokeColor=none;fillColor=none;align=left;verticalAlign=top;spacingLeft=4;spacingRight=4;overflow=hidden;rotatable=0;points=[[0,0.5],[1,0.5]];portConstraint=eastwest;whiteSpace=wrap;html=1;" parent="110" vertex="1">
                    <mxGeometry y="26" width="140" height="26" as="geometry"/>
                </mxCell>
                <mxCell id="112" value="id_escuela" style="text;strokeColor=none;fillColor=none;align=left;verticalAlign=top;spacingLeft=4;spacingRight=4;overflow=hidden;rotatable=0;points=[[0,0.5],[1,0.5]];portConstraint=eastwest;whiteSpace=wrap;html=1;" parent="110" vertex="1">
                    <mxGeometry y="52" width="140" height="26" as="geometry"/>
                </mxCell>
                <mxCell id="114" style="edgeStyle=none;html=1;exitX=0;exitY=0.5;exitDx=0;exitDy=0;entryX=0.701;entryY=-0.024;entryDx=0;entryDy=0;entryPerimeter=0;dashed=1;startArrow=none;startFill=0;endArrow=open;endFill=0;" parent="1" source="105" target="110" edge="1">
                    <mxGeometry relative="1" as="geometry"/>
                </mxCell>
                <mxCell id="140" value="*" style="edgeLabel;html=1;align=center;verticalAlign=middle;resizable=0;points=[];" parent="114" vertex="1" connectable="0">
                    <mxGeometry x="0.3891" y="1" relative="1" as="geometry">
                        <mxPoint as="offset"/>
                    </mxGeometry>
                </mxCell>
                <mxCell id="124" value="Aula_Equipamiento" style="swimlane;fontStyle=0;childLayout=stackLayout;horizontal=1;startSize=26;fillColor=#d80073;horizontalStack=0;resizeParent=1;resizeParentMax=0;resizeLast=0;collapsible=1;marginBottom=0;html=1;fontColor=#ffffff;strokeColor=#A50040;" parent="1" vertex="1">
                    <mxGeometry x="60" y="40" width="140" height="78" as="geometry">
                        <mxRectangle x="350" y="340" width="60" height="30" as="alternateBounds"/>
                    </mxGeometry>
                </mxCell>
                <mxCell id="125" value="id_aula" style="text;strokeColor=none;fillColor=none;align=left;verticalAlign=top;spacingLeft=4;spacingRight=4;overflow=hidden;rotatable=0;points=[[0,0.5],[1,0.5]];portConstraint=eastwest;whiteSpace=wrap;html=1;" parent="124" vertex="1">
                    <mxGeometry y="26" width="140" height="26" as="geometry"/>
                </mxCell>
                <mxCell id="126" value="id_equipamiento" style="text;strokeColor=none;fillColor=none;align=left;verticalAlign=top;spacingLeft=4;spacingRight=4;overflow=hidden;rotatable=0;points=[[0,0.5],[1,0.5]];portConstraint=eastwest;whiteSpace=wrap;html=1;" parent="124" vertex="1">
                    <mxGeometry y="52" width="140" height="26" as="geometry"/>
                </mxCell>
                <mxCell id="130" value="Equipamiento" style="swimlane;fontStyle=0;childLayout=stackLayout;horizontal=1;startSize=26;fillColor=#d80073;horizontalStack=0;resizeParent=1;resizeParentMax=0;resizeLast=0;collapsible=1;marginBottom=0;html=1;fontColor=#ffffff;strokeColor=#A50040;" parent="1" vertex="1">
                    <mxGeometry x="-170" y="40" width="140" height="78" as="geometry">
                        <mxRectangle x="350" y="340" width="60" height="30" as="alternateBounds"/>
                    </mxGeometry>
                </mxCell>
                <mxCell id="131" value="id" style="text;align=left;verticalAlign=top;spacingLeft=4;spacingRight=4;overflow=hidden;rotatable=0;points=[[0,0.5],[1,0.5]];portConstraint=eastwest;whiteSpace=wrap;html=1;" parent="130" vertex="1">
                    <mxGeometry y="26" width="140" height="26" as="geometry"/>
                </mxCell>
                <mxCell id="132" value="nombre" style="text;strokeColor=none;fillColor=none;align=left;verticalAlign=top;spacingLeft=4;spacingRight=4;overflow=hidden;rotatable=0;points=[[0,0.5],[1,0.5]];portConstraint=eastwest;whiteSpace=wrap;html=1;" parent="130" vertex="1">
                    <mxGeometry y="52" width="140" height="26" as="geometry"/>
                </mxCell>
                <mxCell id="135" style="edgeStyle=none;html=1;exitX=1;exitY=0.5;exitDx=0;exitDy=0;dashed=1;startArrow=none;startFill=0;endArrow=open;endFill=0;entryX=0;entryY=0.5;entryDx=0;entryDy=0;" parent="1" source="131" target="126" edge="1">
                    <mxGeometry relative="1" as="geometry"/>
                </mxCell>
                <mxCell id="137" value="*" style="edgeLabel;html=1;align=center;verticalAlign=middle;resizable=0;points=[];" parent="135" vertex="1" connectable="0">
                    <mxGeometry x="0.8182" relative="1" as="geometry">
                        <mxPoint x="-12" y="3" as="offset"/>
                    </mxGeometry>
                </mxCell>
                <mxCell id="169" style="edgeStyle=none;html=1;exitX=0;exitY=0.5;exitDx=0;exitDy=0;entryX=1;entryY=0.5;entryDx=0;entryDy=0;dashed=1;endArrow=open;endFill=0;" parent="1" source="168" target="136" edge="1">
                    <mxGeometry relative="1" as="geometry"/>
                </mxCell>
                <mxCell id="170" value="1" style="text;html=1;align=center;verticalAlign=middle;resizable=0;points=[];autosize=1;strokeColor=none;fillColor=none;" parent="1" vertex="1">
                    <mxGeometry x="450" y="180" width="30" height="30" as="geometry"/>
                </mxCell>
            </root>
        </mxGraphModel>
    </diagram>
</mxfile>